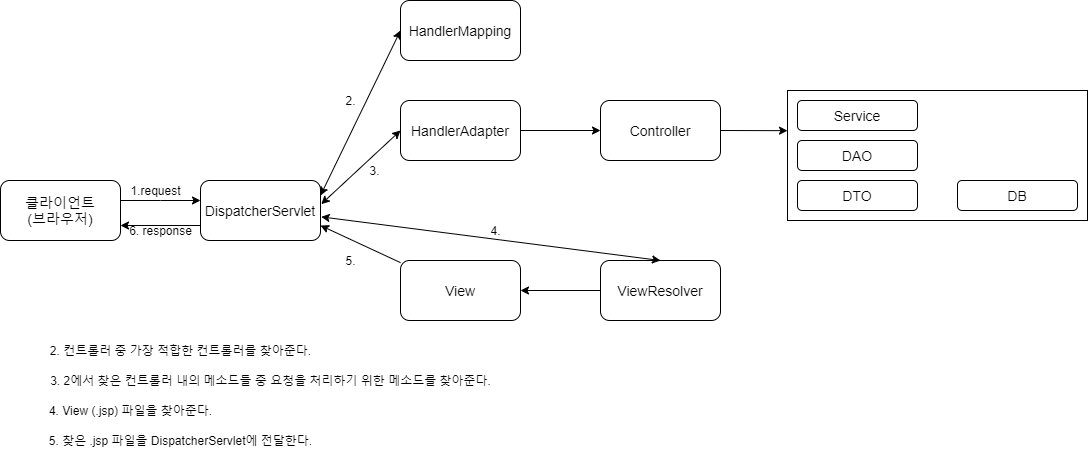
jutabi/Development-Knowledge keeps this draw.io diagram as resources/img/Spring.png. Above is the earlier version. Source tidied: cells renumbered, new cells last; positions are measured from the earlier drawing's top-left corner, leaving out a move shared by most shapes.
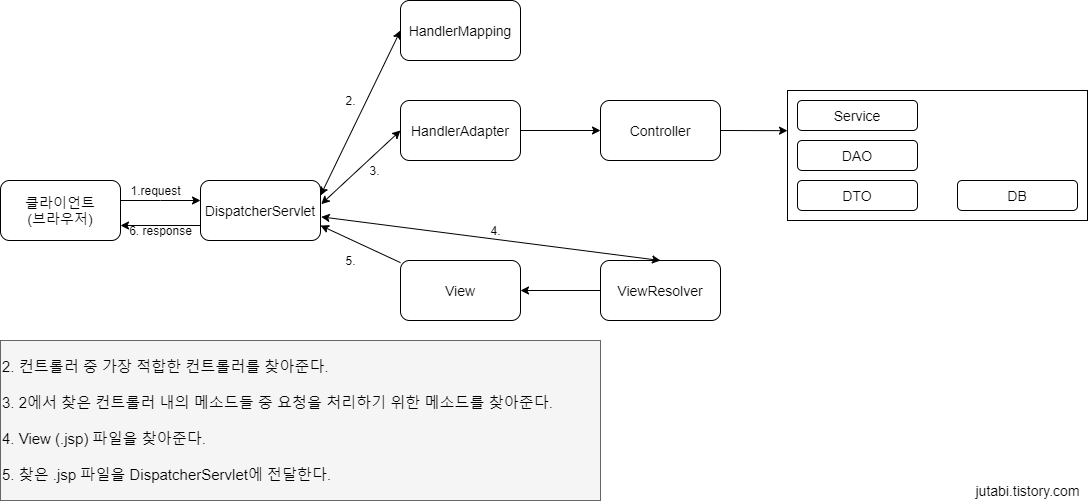
Above is the later version.

What changed in the source:
```diff
@@ -67,15 +67,6 @@
     <mxCell id="21" style="edgeStyle=none;rounded=0;jettySize=auto;html=1;entryX=0.5;entryY=0;entryDx=0;entryDy=0;exitX=1.006;exitY=0.606;exitDx=0;exitDy=0;exitPerimeter=0;startArrow=classic;startFill=1;" parent="1" edge="1" source="8" target="18">
       <mxGeometry relative="1" as="geometry" />
     </mxCell>
-    <mxCell id="22" value="2. 컨트롤러 중 가장 적합한 컨트롤러를 찾아준다." style="text;html=1;align=center;verticalAlign=middle;" parent="1" vertex="1">
-      <mxGeometry x="40" y="340" width="280" height="20" as="geometry" />
-    </mxCell>
-    <mxCell id="23" value="3. 2에서 찾은 컨트롤러 내의 메소드들 중 요청을 처리하기 위한 메소드를 찾아준다." style="text;html=1;align=center;verticalAlign=middle;" parent="1" vertex="1">
-      <mxGeometry x="40" y="370" width="460" height="20" as="geometry" />
-    </mxCell>
-    <mxCell id="24" value="4. View (.jsp) 파일을 찾아준다." style="text;html=1;align=center;verticalAlign=middle;" parent="1" vertex="1">
-      <mxGeometry x="40" y="400" width="180" height="20" as="geometry" />
-    </mxCell>
     <mxCell id="25" value="4." style="text;html=1;align=center;verticalAlign=middle;" parent="1" vertex="1">
       <mxGeometry x="480" y="220" width="30" height="20" as="geometry" />
     </mxCell>
@@ -94,11 +85,14 @@
     <mxCell id="30" value="5." style="text;html=1;align=center;verticalAlign=middle;" parent="1" vertex="1">
       <mxGeometry x="335" y="250" width="30" height="20" as="geometry" />
     </mxCell>
-    <mxCell id="31" value="5. 찾은 .jsp 파일을 DispatcherServlet에 전달한다." style="text;html=1;align=center;verticalAlign=middle;" parent="1" vertex="1">
-      <mxGeometry x="40" y="430" width="280" height="20" as="geometry" />
-    </mxCell>
     <mxCell id="32" value="6. response" style="text;html=1;align=center;verticalAlign=middle;" parent="1" vertex="1">
       <mxGeometry x="120" y="220" width="80" height="20" as="geometry" />
     </mxCell>
+    <mxCell id="33" value="&lt;font style=&quot;font-size: 14px&quot;&gt;jutabi.tistory.com&lt;/font&gt;" style="text;html=1;align=center;verticalAlign=middle;" parent="1" vertex="1">
+      <mxGeometry x="967" y="480" width="120" height="20" as="geometry" />
+    </mxCell>
+    <mxCell id="34" value="&lt;font style=&quot;font-size: 15px&quot;&gt;&lt;span style=&quot;color: rgb(0 , 0 , 0) ; text-align: center&quot;&gt;2. 컨트롤러 중 가장 적합한 컨트롤러를 찾아준다.&lt;br&gt;&lt;br&gt;&lt;/span&gt;&lt;span style=&quot;color: rgb(0 , 0 , 0) ; text-align: center&quot;&gt;3. 2에서 찾은 컨트롤러 내의 메소드들 중 요청을 처리하기 위한 메소드를 찾아준다.&lt;br&gt;&lt;/span&gt;&lt;span style=&quot;color: rgb(0 , 0 , 0) ; text-align: center&quot;&gt;&lt;br&gt;&lt;/span&gt;&lt;span style=&quot;color: rgb(0 , 0 , 0) ; text-align: center&quot;&gt;4. View (.jsp) 파일을 찾아준다.&lt;br&gt;&lt;/span&gt;&lt;span style=&quot;color: rgb(0 , 0 , 0) ; text-align: center&quot;&gt;&lt;br&gt;&lt;/span&gt;&lt;span style=&quot;color: rgb(0 , 0 , 0) ; text-align: center&quot;&gt;5. 찾은 .jsp 파일을 DispatcherServlet에 전달한다.&lt;/span&gt;&lt;/font&gt;&lt;span style=&quot;color: rgb(0 , 0 , 0) ; text-align: center&quot;&gt;&lt;br&gt;&lt;/span&gt;" style="html=1;fillColor=#f5f5f5;strokeColor=#666666;fontColor=#333333;align=left;" parent="1" vertex="1">
+      <mxGeometry y="340" width="600" height="160" as="geometry" />
+    </mxCell>
   </root>
 </mxGraphModel>
```
